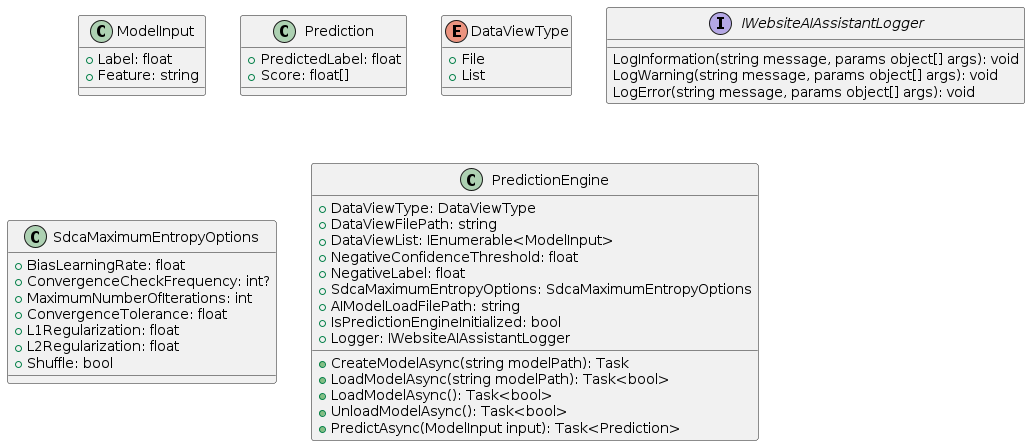
The PlantUML diagram Docs/ClassDiagram.png in VeritasSoftware/WebsiteAIAssistant, before a commit.
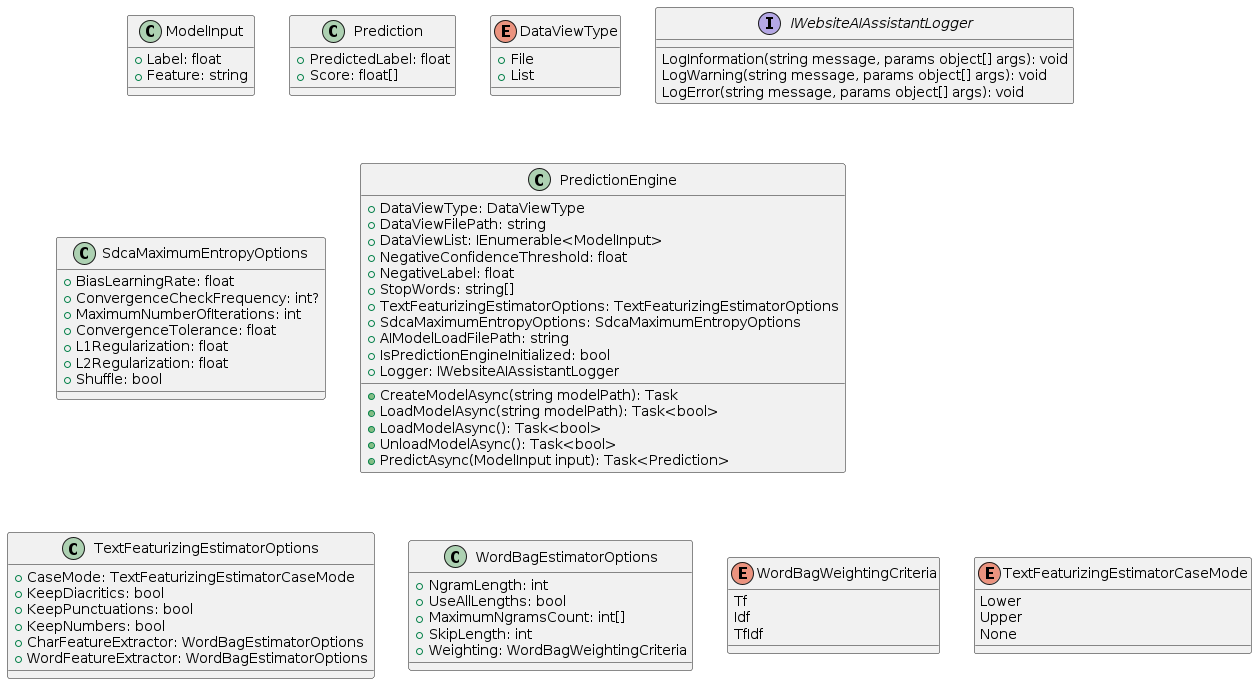
The same file after the commit.

Diff of the diagram source:
```diff
@@ -21,6 +21,39 @@
   LogError(string message, params object[] args): void
 }
 
+class TextFeaturizingEstimatorOptions
+{
+  + CaseMode: TextFeaturizingEstimatorCaseMode
+  + KeepDiacritics: bool
+  + KeepPunctuations: bool
+  + KeepNumbers: bool
+  + CharFeatureExtractor: WordBagEstimatorOptions
+  + WordFeatureExtractor: WordBagEstimatorOptions
+}
+
+class WordBagEstimatorOptions
+{
+  + NgramLength: int
+  + UseAllLengths: bool
+  + MaximumNgramsCount: int[]
+  + SkipLength: int
+  + Weighting: WordBagWeightingCriteria
+}
+
+enum WordBagWeightingCriteria
+{
+  Tf
+  Idf
+  TfIdf
+}
+
+enum TextFeaturizingEstimatorCaseMode
+{
+  Lower
+  Upper
+  None
+}
+
 class SdcaMaximumEntropyOptions
 {
   + BiasLearningRate: float
@@ -31,6 +64,7 @@
   + L2Regularization: float
   + Shuffle: bool
 }
+
 class PredictionEngine
 {
   + DataViewType: DataViewType
@@ -38,6 +72,8 @@
   + DataViewList: IEnumerable<ModelInput>
   + NegativeConfidenceThreshold: float
   + NegativeLabel: float
+  + StopWords: string[]
+  + TextFeaturizingEstimatorOptions: TextFeaturizingEstimatorOptions
   + SdcaMaximumEntropyOptions: SdcaMaximumEntropyOptions
   + AIModelLoadFilePath: string
   + IsPredictionEngineInitialized: bool
@@ -49,9 +85,13 @@
   + PredictAsync(ModelInput input): Task<Prediction>
 }
 
-ModelInput -[hidden]> Prediction
-Prediction -[hidden]> DataViewType
-DataViewType -[hidden]> IWebsiteAIAssistantLogger
+ModelInput -right[hidden]-> Prediction
+Prediction -right[hidden]-> DataViewType
+DataViewType -right[hidden]-> IWebsiteAIAssistantLogger
 ModelInput -down[hidden]-> SdcaMaximumEntropyOptions
 SdcaMaximumEntropyOptions -right[hidden]-> PredictionEngine
+SdcaMaximumEntropyOptions -down[hidden]-> TextFeaturizingEstimatorOptions
+TextFeaturizingEstimatorOptions -right[hidden]-> WordBagEstimatorOptions
+WordBagEstimatorOptions -right[hidden]-> WordBagWeightingCriteria
+WordBagWeightingCriteria -right[hidden]-> TextFeaturizingEstimatorCaseMode
 @enduml
```
